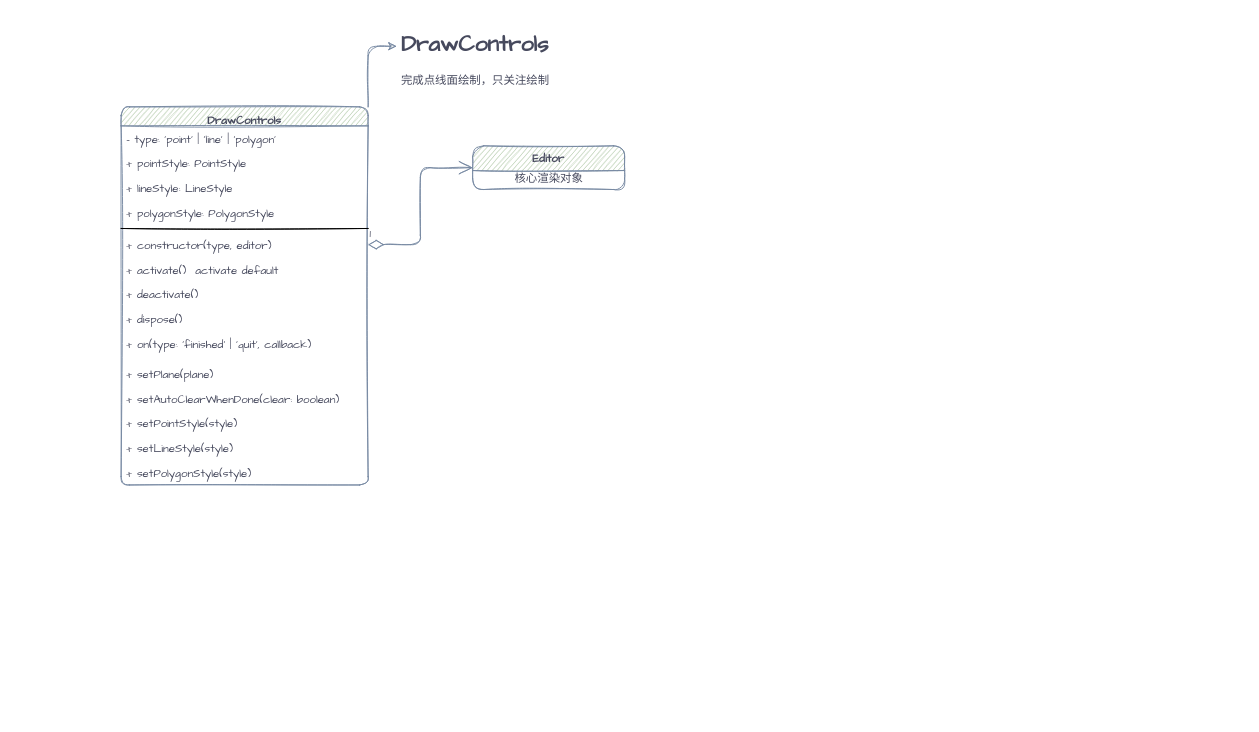
Earlier version of the draw.io diagram page "第 2 页" (2 of 2) of 绘制区间线.drawio (liuxinqiong/drawio). Source tidied: cells renumbered, new cells numbered last; positions are measured from the earlier drawing's top-left corner, leaving out a move shared by most shapes. Both pictures are drawn from the tidied source at 95%, with x=0, y=0 at pixel (121, 26).
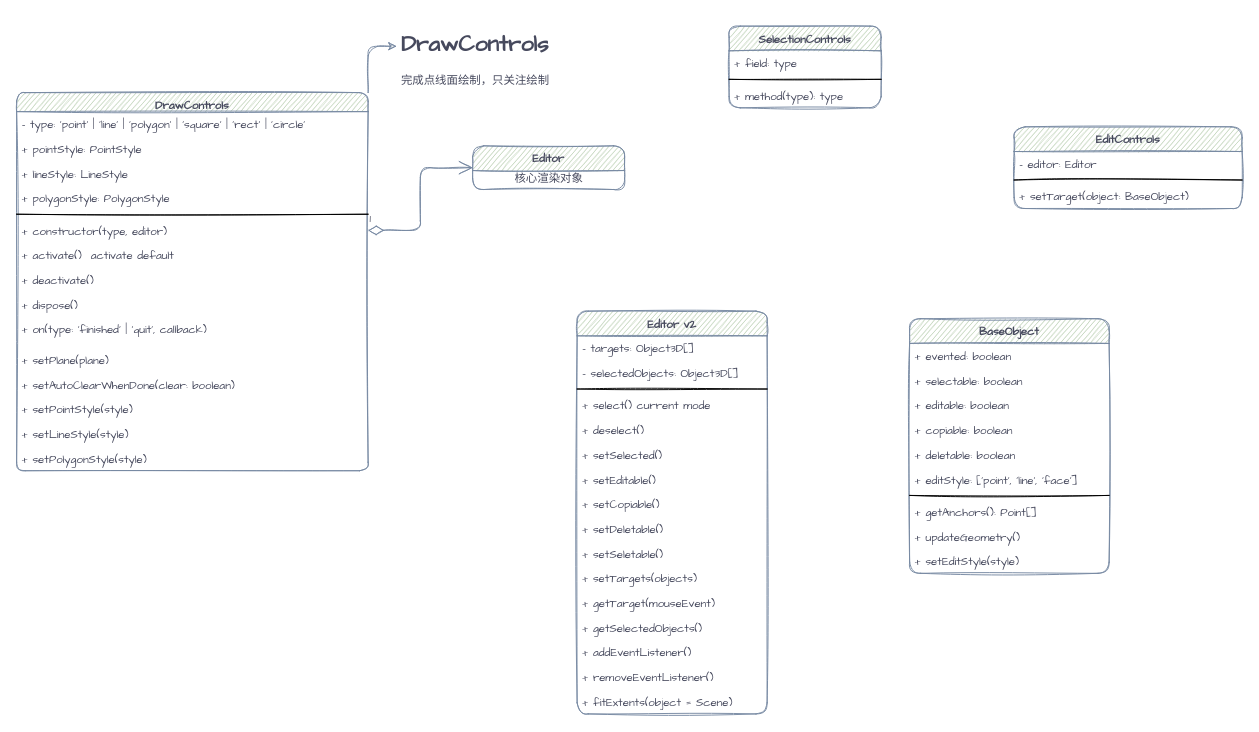
Above is the later version.

Commit message:
更新绘制区间线.drawio

What changed in the source:
```diff
@@
     <mxCell id="3" value="DrawControls" style="swimlane;fontStyle=1;align=center;verticalAlign=top;horizontal=1;startSize=20;rounded=1;sketch=1;fontFamily=Comic Sans MS;fontColor=#46495D;strokeColor=#788AA3;fillColor=#B2C9AB;" parent="1" vertex="1">
-      <mxGeometry y="85" width="260" height="398" as="geometry" />
+      <mxGeometry x="-110" y="70" width="370" height="398" as="geometry" />
     </mxCell>
-    <mxCell id="4" value="- type: 'point' | 'line' | 'polygon'" style="text;strokeColor=none;fillColor=none;align=left;verticalAlign=top;spacingLeft=4;spacingRight=4;overflow=hidden;rounded=1;sketch=1;fontFamily=Comic Sans MS;fontColor=#46495D;" parent="3" vertex="1">
-      <mxGeometry y="20" width="260" height="26" as="geometry" />
+    <mxCell id="4" value="- type: 'point' | 'line' | 'polygon' | 'square' | 'rect' | 'circle'" style="text;strokeColor=none;fillColor=none;align=left;verticalAlign=top;spacingLeft=4;spacingRight=4;overflow=hidden;rounded=1;sketch=1;fontFamily=Comic Sans MS;fontColor=#46495D;" parent="3" vertex="1">
+      <mxGeometry y="20" width="370" height="26" as="geometry" />
     </mxCell>
     <mxCell id="5" value="+ pointStyle: PointStyle" style="text;strokeColor=none;fillColor=none;align=left;verticalAlign=top;spacingLeft=4;spacingRight=4;overflow=hidden;rounded=1;sketch=1;fontFamily=Comic Sans MS;fontColor=#46495D;" parent="3" vertex="1">
-      <mxGeometry y="46" width="260" height="26" as="geometry" />
+      <mxGeometry y="46" width="370" height="26" as="geometry" />
     </mxCell>
     <mxCell id="6" value="+ lineStyle: LineStyle" style="text;strokeColor=none;fillColor=none;align=left;verticalAlign=top;spacingLeft=4;spacingRight=4;overflow=hidden;rounded=1;sketch=1;fontFamily=Comic Sans MS;fontColor=#46495D;" parent="3" vertex="1">
-      <mxGeometry y="72" width="260" height="26" as="geometry" />
+      <mxGeometry y="72" width="370" height="26" as="geometry" />
     </mxCell>
     <mxCell id="7" value="+ polygonStyle: PolygonStyle" style="text;strokeColor=none;fillColor=none;align=left;verticalAlign=top;spacingLeft=4;spacingRight=4;overflow=hidden;rounded=1;sketch=1;fontFamily=Comic Sans MS;fontColor=#46495D;" parent="3" vertex="1">
-      <mxGeometry y="98" width="260" height="26" as="geometry" />
+      <mxGeometry y="98" width="370" height="26" as="geometry" />
     </mxCell>
     <mxCell id="8" style="line;strokeWidth=1;fillColor=none;align=left;verticalAlign=middle;spacingTop=-1;spacingLeft=3;spacingRight=3;labelPosition=right;rounded=1;sketch=1;fontFamily=Comic Sans MS;fontColor=#46495D;" parent="3" vertex="1">
-      <mxGeometry y="124" width="260" height="8" as="geometry" />
+      <mxGeometry y="124" width="370" height="8" as="geometry" />
     </mxCell>
     <mxCell id="9" value="+ constructor(type, editor)" style="text;strokeColor=none;fillColor=none;align=left;verticalAlign=top;spacingLeft=4;spacingRight=4;overflow=hidden;points=[[0,0.5],[1,0.5]];portConstraint=eastwest;rounded=1;sketch=1;fontFamily=Comic Sans MS;fontColor=#46495D;" parent="3" vertex="1">
-      <mxGeometry y="132" width="260" height="26" as="geometry" />
+      <mxGeometry y="132" width="370" height="26" as="geometry" />
     </mxCell>
     <mxCell id="10" value="+ activate()  activate default" style="text;strokeColor=none;fillColor=none;align=left;verticalAlign=top;spacingLeft=4;spacingRight=4;overflow=hidden;rounded=1;sketch=1;fontFamily=Comic Sans MS;fontColor=#46495D;" parent="3" vertex="1">
-      <mxGeometry y="158" width="260" height="26" as="geometry" />
+      <mxGeometry y="158" width="370" height="26" as="geometry" />
     </mxCell>
     <mxCell id="11" value="+ deactivate()" style="text;strokeColor=none;fillColor=none;align=left;verticalAlign=top;spacingLeft=4;spacingRight=4;overflow=hidden;rounded=1;sketch=1;fontFamily=Comic Sans MS;fontColor=#46495D;" parent="3" vertex="1">
-      <mxGeometry y="184" width="260" height="26" as="geometry" />
+      <mxGeometry y="184" width="370" height="26" as="geometry" />
     </mxCell>
     <mxCell id="12" value="+ dispose()" style="text;strokeColor=none;fillColor=none;align=left;verticalAlign=top;spacingLeft=4;spacingRight=4;overflow=hidden;rounded=1;sketch=1;fontFamily=Comic Sans MS;fontColor=#46495D;" parent="3" vertex="1">
-      <mxGeometry y="210" width="260" height="26" as="geometry" />
+      <mxGeometry y="210" width="370" height="26" as="geometry" />
     </mxCell>
     <mxCell id="13" value="+ on(type: 'finished' | 'quit', callback)" style="text;strokeColor=none;fillColor=none;align=left;verticalAlign=top;spacingLeft=4;spacingRight=4;overflow=hidden;rounded=1;sketch=1;fontFamily=Comic Sans MS;fontColor=#46495D;" parent="3" vertex="1">
-      <mxGeometry y="236" width="260" height="32" as="geometry" />
+      <mxGeometry y="236" width="370" height="32" as="geometry" />
     </mxCell>
     <mxCell id="14" value="+ setPlane(plane)" style="text;strokeColor=none;fillColor=none;align=left;verticalAlign=top;spacingLeft=4;spacingRight=4;overflow=hidden;rounded=1;sketch=1;fontFamily=Comic Sans MS;fontColor=#46495D;" parent="3" vertex="1">
-      <mxGeometry y="268" width="260" height="26" as="geometry" />
+      <mxGeometry y="268" width="370" height="26" as="geometry" />
     </mxCell>
     <mxCell id="15" value="+ setAutoClearWhenDone(clear: boolean)" style="text;strokeColor=none;fillColor=none;align=left;verticalAlign=top;spacingLeft=4;spacingRight=4;overflow=hidden;rounded=1;sketch=1;fontFamily=Comic Sans MS;fontColor=#46495D;" parent="3" vertex="1">
-      <mxGeometry y="294" width="260" height="26" as="geometry" />
+      <mxGeometry y="294" width="370" height="26" as="geometry" />
     </mxCell>
     <mxCell id="16" value="+ setPointStyle(style)" style="text;strokeColor=none;fillColor=none;align=left;verticalAlign=top;spacingLeft=4;spacingRight=4;overflow=hidden;rounded=1;sketch=1;fontFamily=Comic Sans MS;fontColor=#46495D;" parent="3" vertex="1">
-      <mxGeometry y="320" width="260" height="26" as="geometry" />
+      <mxGeometry y="320" width="370" height="26" as="geometry" />
     </mxCell>
     <mxCell id="17" value="+ setLineStyle(style)" style="text;strokeColor=none;fillColor=none;align=left;verticalAlign=top;spacingLeft=4;spacingRight=4;overflow=hidden;rounded=1;sketch=1;fontFamily=Comic Sans MS;fontColor=#46495D;" parent="3" vertex="1">
-      <mxGeometry y="346" width="260" height="26" as="geometry" />
+      <mxGeometry y="346" width="370" height="26" as="geometry" />
     </mxCell>
     <mxCell id="18" value="+ setPolygonStyle(style)" style="text;strokeColor=none;fillColor=none;align=left;verticalAlign=top;spacingLeft=4;spacingRight=4;overflow=hidden;rounded=1;sketch=1;fontFamily=Comic Sans MS;fontColor=#46495D;" parent="3" vertex="1">
-      <mxGeometry y="372" width="260" height="26" as="geometry" />
+      <mxGeometry y="372" width="370" height="26" as="geometry" />
     </mxCell>
@@
+    <mxCell id="23" value="SelectionControls" style="swimlane;fontStyle=1;align=center;verticalAlign=top;horizontal=1;startSize=26;rounded=1;sketch=1;fontFamily=Comic Sans MS;fontColor=#46495D;strokeColor=#788AA3;fillColor=#B2C9AB;" parent="1" vertex="1">
+      <mxGeometry x="640" width="160" height="86" as="geometry" />
+    </mxCell>
+    <mxCell id="24" value="+ field: type" style="text;strokeColor=none;fillColor=none;align=left;verticalAlign=top;spacingLeft=4;spacingRight=4;overflow=hidden;rounded=1;sketch=1;fontFamily=Comic Sans MS;fontColor=#46495D;" parent="23" vertex="1">
+      <mxGeometry y="26" width="160" height="26" as="geometry" />
+    </mxCell>
+    <mxCell id="25" style="line;strokeWidth=1;fillColor=none;align=left;verticalAlign=middle;spacingTop=-1;spacingLeft=3;spacingRight=3;labelPosition=right;rounded=1;sketch=1;fontFamily=Comic Sans MS;fontColor=#46495D;" parent="23" vertex="1">
+      <mxGeometry y="52" width="160" height="8" as="geometry" />
+    </mxCell>
+    <mxCell id="26" value="+ method(type): type" style="text;strokeColor=none;fillColor=none;align=left;verticalAlign=top;spacingLeft=4;spacingRight=4;overflow=hidden;rounded=1;sketch=1;fontFamily=Comic Sans MS;fontColor=#46495D;" parent="23" vertex="1">
+      <mxGeometry y="60" width="160" height="26" as="geometry" />
+    </mxCell>
+    <mxCell id="27" value="Editor v2" style="swimlane;fontStyle=1;align=center;verticalAlign=top;horizontal=1;startSize=26;rounded=1;sketch=1;fontFamily=Comic Sans MS;fontColor=#46495D;strokeColor=#788AA3;fillColor=#B2C9AB;" parent="1" vertex="1">
+      <mxGeometry x="480" y="300" width="200" height="424" as="geometry" />
+    </mxCell>
+    <mxCell id="28" value="- targets: Object3D[]" style="text;strokeColor=none;fillColor=none;align=left;verticalAlign=top;spacingLeft=4;spacingRight=4;overflow=hidden;rounded=1;sketch=1;fontFamily=Comic Sans MS;fontColor=#46495D;" parent="27" vertex="1">
+      <mxGeometry y="26" width="200" height="26" as="geometry" />
+    </mxCell>
+    <mxCell id="29" value="- selectedObjects: Object3D[]" style="text;strokeColor=none;fillColor=none;align=left;verticalAlign=top;spacingLeft=4;spacingRight=4;overflow=hidden;rounded=1;sketch=1;fontFamily=Comic Sans MS;fontColor=#46495D;" parent="27" vertex="1">
+      <mxGeometry y="52" width="200" height="26" as="geometry" />
+    </mxCell>
+    <mxCell id="30" style="line;strokeWidth=1;fillColor=none;align=left;verticalAlign=middle;spacingTop=-1;spacingLeft=3;spacingRight=3;labelPosition=right;rounded=1;sketch=1;fontFamily=Comic Sans MS;fontColor=#46495D;" parent="27" vertex="1">
+      <mxGeometry y="78" width="200" height="8" as="geometry" />
+    </mxCell>
+    <mxCell id="31" value="+ select() current mode" style="text;strokeColor=none;fillColor=none;align=left;verticalAlign=top;spacingLeft=4;spacingRight=4;overflow=hidden;rounded=1;sketch=1;fontFamily=Comic Sans MS;fontColor=#46495D;" parent="27" vertex="1">
+      <mxGeometry y="86" width="200" height="26" as="geometry" />
+    </mxCell>
+    <mxCell id="32" value="+ deselect()" style="text;strokeColor=none;fillColor=none;align=left;verticalAlign=top;spacingLeft=4;spacingRight=4;overflow=hidden;rounded=1;sketch=1;fontFamily=Comic Sans MS;fontColor=#46495D;" parent="27" vertex="1">
+      <mxGeometry y="112" width="200" height="26" as="geometry" />
+    </mxCell>
+    <mxCell id="33" value="+ setSelected()" style="text;strokeColor=none;fillColor=none;align=left;verticalAlign=top;spacingLeft=4;spacingRight=4;overflow=hidden;rounded=1;sketch=1;fontFamily=Comic Sans MS;fontColor=#46495D;" parent="27" vertex="1">
+      <mxGeometry y="138" width="200" height="26" as="geometry" />
+    </mxCell>
+    <mxCell id="34" value="+ setEditable()" style="text;strokeColor=none;fillColor=none;align=left;verticalAlign=top;spacingLeft=4;spacingRight=4;overflow=hidden;rounded=1;sketch=1;fontFamily=Comic Sans MS;fontColor=#46495D;" parent="27" vertex="1">
+      <mxGeometry y="164" width="200" height="26" as="geometry" />
+    </mxCell>
+    <mxCell id="35" value="+ setCopiable()" style="text;strokeColor=none;fillColor=none;align=left;verticalAlign=top;spacingLeft=4;spacingRight=4;overflow=hidden;rounded=1;sketch=1;fontFamily=Comic Sans MS;fontColor=#46495D;" parent="27" vertex="1">
+      <mxGeometry y="190" width="200" height="26" as="geometry" />
+    </mxCell>
+    <mxCell id="36" value="+ setDeletable()" style="text;strokeColor=none;fillColor=none;align=left;verticalAlign=top;spacingLeft=4;spacingRight=4;overflow=hidden;rounded=1;sketch=1;fontFamily=Comic Sans MS;fontColor=#46495D;" parent="27" vertex="1">
+      <mxGeometry y="216" width="200" height="26" as="geometry" />
+    </mxCell>
+    <mxCell id="37" value="+ setSeletable()" style="text;strokeColor=none;fillColor=none;align=left;verticalAlign=top;spacingLeft=4;spacingRight=4;overflow=hidden;rounded=1;sketch=1;fontFamily=Comic Sans MS;fontColor=#46495D;" parent="27" vertex="1">
+      <mxGeometry y="242" width="200" height="26" as="geometry" />
+    </mxCell>
+    <mxCell id="38" value="+ setTargets(objects)" style="text;strokeColor=none;fillColor=none;align=left;verticalAlign=top;spacingLeft=4;spacingRight=4;overflow=hidden;rounded=1;sketch=1;fontFamily=Comic Sans MS;fontColor=#46495D;" parent="27" vertex="1">
+      <mxGeometry y="268" width="200" height="26" as="geometry" />
+    </mxCell>
+    <mxCell id="39" value="+ getTarget(mouseEvent)" style="text;strokeColor=none;fillColor=none;align=left;verticalAlign=top;spacingLeft=4;spacingRight=4;overflow=hidden;rounded=1;sketch=1;fontFamily=Comic Sans MS;fontColor=#46495D;" parent="27" vertex="1">
+      <mxGeometry y="294" width="200" height="26" as="geometry" />
+    </mxCell>
+    <mxCell id="40" value="+ getSelectedObjects()" style="text;strokeColor=none;fillColor=none;align=left;verticalAlign=top;spacingLeft=4;spacingRight=4;overflow=hidden;rounded=1;sketch=1;fontFamily=Comic Sans MS;fontColor=#46495D;" parent="27" vertex="1">
+      <mxGeometry y="320" width="200" height="26" as="geometry" />
+    </mxCell>
+    <mxCell id="41" value="+ addEventListener()" style="text;strokeColor=none;fillColor=none;align=left;verticalAlign=top;spacingLeft=4;spacingRight=4;overflow=hidden;rounded=1;sketch=1;fontFamily=Comic Sans MS;fontColor=#46495D;" parent="27" vertex="1">
+      <mxGeometry y="346" width="200" height="26" as="geometry" />
+    </mxCell>
+    <mxCell id="42" value="+ removeEventListener()" style="text;strokeColor=none;fillColor=none;align=left;verticalAlign=top;spacingLeft=4;spacingRight=4;overflow=hidden;rounded=1;sketch=1;fontFamily=Comic Sans MS;fontColor=#46495D;" parent="27" vertex="1">
+      <mxGeometry y="372" width="200" height="26" as="geometry" />
+    </mxCell>
+    <mxCell id="43" value="+ fitExtents(object = Scene)" style="text;strokeColor=none;fillColor=none;align=left;verticalAlign=top;spacingLeft=4;spacingRight=4;overflow=hidden;rounded=1;sketch=1;fontFamily=Comic Sans MS;fontColor=#46495D;" parent="27" vertex="1">
+      <mxGeometry y="398" width="200" height="26" as="geometry" />
+    </mxCell>
+    <mxCell id="44" value="BaseObject" style="swimlane;fontStyle=1;align=center;verticalAlign=top;horizontal=1;startSize=26;rounded=1;sketch=1;fontFamily=Comic Sans MS;fontColor=#46495D;strokeColor=#788AA3;fillColor=#B2C9AB;" parent="1" vertex="1">
+      <mxGeometry x="830" y="308" width="210" height="268" as="geometry" />
+    </mxCell>
+    <mxCell id="45" value="+ evented: boolean" style="text;strokeColor=none;fillColor=none;align=left;verticalAlign=top;spacingLeft=4;spacingRight=4;overflow=hidden;rounded=1;sketch=1;fontFamily=Comic Sans MS;fontColor=#46495D;" parent="44" vertex="1">
+      <mxGeometry y="26" width="210" height="26" as="geometry" />
+    </mxCell>
+    <mxCell id="46" value="+ selectable: boolean" style="text;strokeColor=none;fillColor=none;align=left;verticalAlign=top;spacingLeft=4;spacingRight=4;overflow=hidden;rounded=1;sketch=1;fontFamily=Comic Sans MS;fontColor=#46495D;" parent="44" vertex="1">
+      <mxGeometry y="52" width="210" height="26" as="geometry" />
+    </mxCell>
+    <mxCell id="47" value="+ editable: boolean" style="text;strokeColor=none;fillColor=none;align=left;verticalAlign=top;spacingLeft=4;spacingRight=4;overflow=hidden;rounded=1;sketch=1;fontFamily=Comic Sans MS;fontColor=#46495D;" parent="44" vertex="1">
+      <mxGeometry y="78" width="210" height="26" as="geometry" />
+    </mxCell>
+    <mxCell id="48" value="+ copiable: boolean" style="text;strokeColor=none;fillColor=none;align=left;verticalAlign=top;spacingLeft=4;spacingRight=4;overflow=hidden;rounded=1;sketch=1;fontFamily=Comic Sans MS;fontColor=#46495D;" parent="44" vertex="1">
+      <mxGeometry y="104" width="210" height="26" as="geometry" />
+    </mxCell>
+    <mxCell id="49" value="+ deletable: boolean" style="text;strokeColor=none;fillColor=none;align=left;verticalAlign=top;spacingLeft=4;spacingRight=4;overflow=hidden;rounded=1;sketch=1;fontFamily=Comic Sans MS;fontColor=#46495D;" parent="44" vertex="1">
+      <mxGeometry y="130" width="210" height="26" as="geometry" />
+    </mxCell>
+    <mxCell id="50" value="+ editStyle: ['point', 'line', 'face']" style="text;strokeColor=none;fillColor=none;align=left;verticalAlign=top;spacingLeft=4;spacingRight=4;overflow=hidden;rounded=1;sketch=1;fontFamily=Comic Sans MS;fontColor=#46495D;" parent="44" vertex="1">
+      <mxGeometry y="156" width="210" height="26" as="geometry" />
+    </mxCell>
+    <mxCell id="51" style="line;strokeWidth=1;fillColor=none;align=left;verticalAlign=middle;spacingTop=-1;spacingLeft=3;spacingRight=3;labelPosition=right;rounded=1;sketch=1;fontFamily=Comic Sans MS;fontColor=#46495D;" parent="44" vertex="1">
+      <mxGeometry y="182" width="210" height="8" as="geometry" />
+    </mxCell>
+    <mxCell id="52" value="+ getAnchors(): Point[]" style="text;strokeColor=none;fillColor=none;align=left;verticalAlign=top;spacingLeft=4;spacingRight=4;overflow=hidden;rounded=1;sketch=1;fontFamily=Comic Sans MS;fontColor=#46495D;" parent="44" vertex="1">
+      <mxGeometry y="190" width="210" height="26" as="geometry" />
+    </mxCell>
+    <mxCell id="53" value="+ updateGeometry()" style="text;strokeColor=none;fillColor=none;align=left;verticalAlign=top;spacingLeft=4;spacingRight=4;overflow=hidden;rounded=1;sketch=1;fontFamily=Comic Sans MS;fontColor=#46495D;" parent="44" vertex="1">
+      <mxGeometry y="216" width="210" height="26" as="geometry" />
+    </mxCell>
+    <mxCell id="54" value="+ setEditStyle(style)" style="text;strokeColor=none;fillColor=none;align=left;verticalAlign=top;spacingLeft=4;spacingRight=4;overflow=hidden;rounded=1;sketch=1;fontFamily=Comic Sans MS;fontColor=#46495D;" parent="44" vertex="1">
+      <mxGeometry y="242" width="210" height="26" as="geometry" />
+    </mxCell>
+    <mxCell id="55" value="EditControls" style="swimlane;fontStyle=1;align=center;verticalAlign=top;horizontal=1;startSize=26;rounded=1;sketch=1;fontFamily=Comic Sans MS;fontColor=#46495D;strokeColor=#788AA3;fillColor=#B2C9AB;" parent="1" vertex="1">
+      <mxGeometry x="940" y="106" width="240" height="86" as="geometry" />
+    </mxCell>
+    <mxCell id="56" value="- editor: Editor" style="text;strokeColor=none;fillColor=none;align=left;verticalAlign=top;spacingLeft=4;spacingRight=4;overflow=hidden;rounded=1;sketch=1;fontFamily=Comic Sans MS;fontColor=#46495D;" parent="55" vertex="1">
+      <mxGeometry y="26" width="240" height="26" as="geometry" />
+    </mxCell>
+    <mxCell id="57" style="line;strokeWidth=1;fillColor=none;align=left;verticalAlign=middle;spacingTop=-1;spacingLeft=3;spacingRight=3;labelPosition=right;rounded=1;sketch=1;fontFamily=Comic Sans MS;fontColor=#46495D;" parent="55" vertex="1">
+      <mxGeometry y="52" width="240" height="8" as="geometry" />
+    </mxCell>
+    <mxCell id="58" value="+ setTarget(object: BaseObject)" style="text;strokeColor=none;fillColor=none;align=left;verticalAlign=top;spacingLeft=4;spacingRight=4;overflow=hidden;rounded=1;sketch=1;fontFamily=Comic Sans MS;fontColor=#46495D;" parent="55" vertex="1">
+      <mxGeometry y="60" width="240" height="26" as="geometry" />
+    </mxCell>
```
